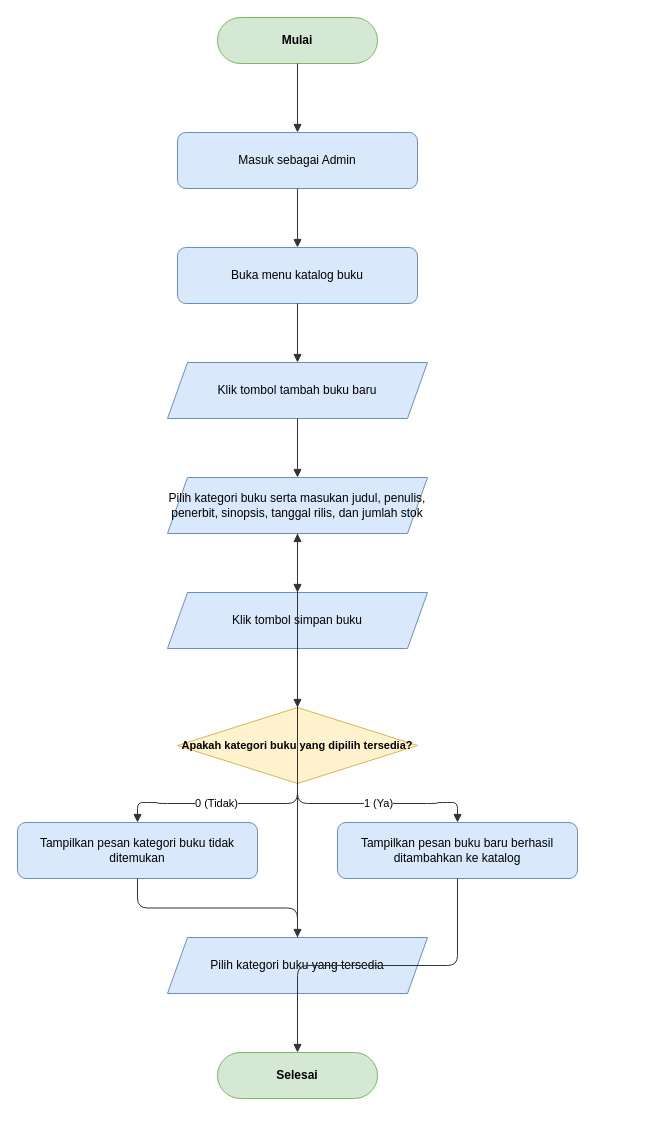
The draw.io diagram page "flowchart-createbook" (3 of 25) of docs/diagrams/flowchart.drawio in dimstyle/ruang-baca, before the edit. Source tidied: cells renumbered, new cells numbered last; positions are measured from the earlier drawing's top-left corner, leaving out a move shared by most shapes. Both pictures are drawn from the tidied source at 100%, with x=0, y=0 at pixel (17, 17).
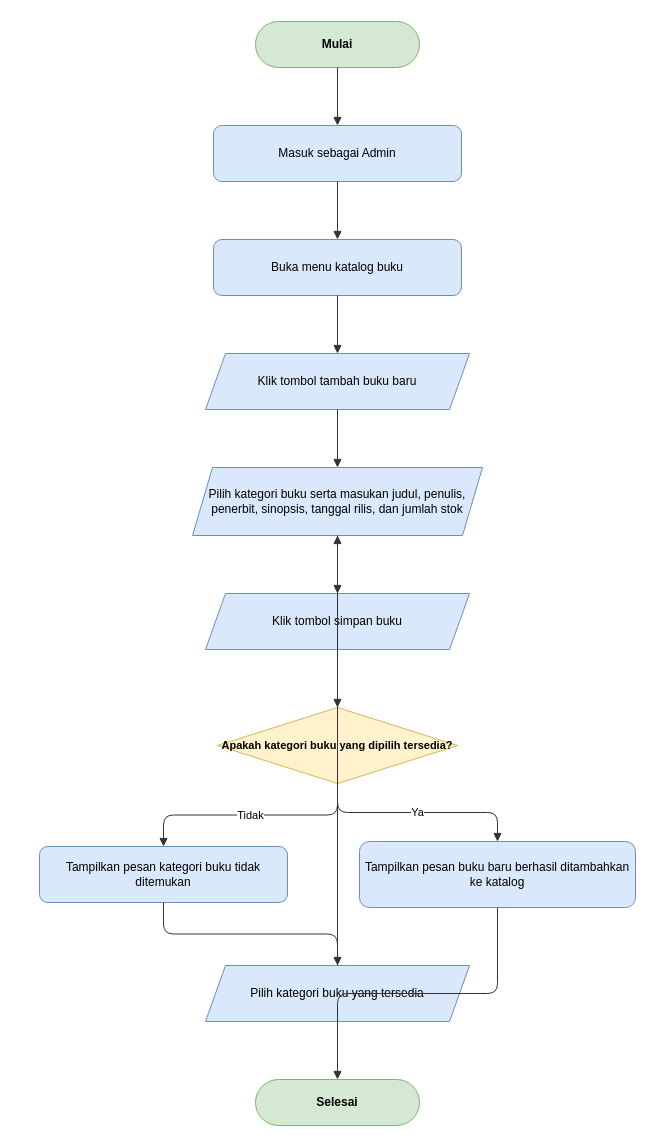
After the change.

Change to the diagram source:
```diff
@@
     <mxCell id="2" value="Mulai" style="rounded=1;whiteSpace=wrap;html=1;arcSize=50;fillColor=#d5e8d4;strokeColor=#82b366;fontStyle=1;fontSize=12;" parent="1" vertex="1">
-      <mxGeometry x="200" width="160" height="46" as="geometry" />
+      <mxGeometry x="238" y="4" width="164" height="46" as="geometry" />
     </mxCell>
     <mxCell id="3" value="Masuk sebagai Admin" style="rounded=1;whiteSpace=wrap;html=1;fillColor=#dae8fc;strokeColor=#6c8ebf;fontSize=12;" parent="1" vertex="1">
-      <mxGeometry x="160" y="115" width="240" height="56" as="geometry" />
+      <mxGeometry x="196" y="108" width="248" height="56" as="geometry" />
     </mxCell>
     <mxCell id="4" value="Buka menu katalog buku" style="rounded=1;whiteSpace=wrap;html=1;fillColor=#dae8fc;strokeColor=#6c8ebf;fontSize=12;" parent="1" vertex="1">
-      <mxGeometry x="160" y="230" width="240" height="56" as="geometry" />
+      <mxGeometry x="196" y="222" width="248" height="56" as="geometry" />
     </mxCell>
     <mxCell id="5" value="Klik tombol tambah buku baru" style="shape=parallelogram;perimeter=parallelogramPerimeter;whiteSpace=wrap;html=1;fixedSize=1;fillColor=#dae8fc;strokeColor=#6c8ebf;fontSize=12;" parent="1" vertex="1">
-      <mxGeometry x="150" y="345" width="260" height="56" as="geometry" />
+      <mxGeometry x="188" y="336" width="264" height="56" as="geometry" />
     </mxCell>
     <mxCell id="6" value="Pilih kategori buku serta masukan judul, penulis, penerbit, sinopsis, tanggal rilis, dan jumlah stok" style="shape=parallelogram;perimeter=parallelogramPerimeter;whiteSpace=wrap;html=1;fixedSize=1;fillColor=#dae8fc;strokeColor=#6c8ebf;fontSize=12;" parent="1" vertex="1">
-      <mxGeometry x="150" y="460" width="260" height="56" as="geometry" />
+      <mxGeometry x="175" y="450" width="290" height="68" as="geometry" />
     </mxCell>
     <mxCell id="7" value="Klik tombol simpan buku" style="shape=parallelogram;perimeter=parallelogramPerimeter;whiteSpace=wrap;html=1;fixedSize=1;fillColor=#dae8fc;strokeColor=#6c8ebf;fontSize=12;" parent="1" vertex="1">
-      <mxGeometry x="150" y="575" width="260" height="56" as="geometry" />
+      <mxGeometry x="188" y="576" width="264" height="56" as="geometry" />
     </mxCell>
     <mxCell id="8" value="Apakah kategori buku yang dipilih tersedia?" style="rhombus;whiteSpace=wrap;html=1;fillColor=#fff2cc;strokeColor=#d6b656;fontStyle=1;fontSize=11;" parent="1" vertex="1">
-      <mxGeometry x="160" y="690" width="240" height="76" as="geometry" />
+      <mxGeometry x="200" y="690" width="240" height="76" as="geometry" />
     </mxCell>
     <mxCell id="9" value="Tampilkan pesan kategori buku tidak ditemukan" style="rounded=1;whiteSpace=wrap;html=1;fillColor=#dae8fc;strokeColor=#6c8ebf;fontSize=12;" parent="1" vertex="1">
-      <mxGeometry y="805" width="240" height="56" as="geometry" />
+      <mxGeometry x="22" y="829" width="248" height="56" as="geometry" />
     </mxCell>
     <mxCell id="10" value="Tampilkan pesan buku baru berhasil ditambahkan ke katalog" style="rounded=1;whiteSpace=wrap;html=1;fillColor=#dae8fc;strokeColor=#6c8ebf;fontSize=12;" parent="1" vertex="1">
-      <mxGeometry x="320" y="805" width="240" height="56" as="geometry" />
+      <mxGeometry x="342" y="824" width="276" height="66" as="geometry" />
     </mxCell>
     <mxCell id="11" value="Pilih kategori buku yang tersedia" style="shape=parallelogram;perimeter=parallelogramPerimeter;whiteSpace=wrap;html=1;fixedSize=1;fillColor=#dae8fc;strokeColor=#6c8ebf;fontSize=12;" parent="1" vertex="1">
-      <mxGeometry x="150" y="920" width="260" height="56" as="geometry" />
+      <mxGeometry x="188" y="948" width="264" height="56" as="geometry" />
     </mxCell>
     <mxCell id="12" value="Selesai" style="rounded=1;whiteSpace=wrap;html=1;arcSize=50;fillColor=#d5e8d4;strokeColor=#82b366;fontStyle=1;fontSize=12;" parent="1" vertex="1">
-      <mxGeometry x="200" y="1035" width="160" height="46" as="geometry" />
+      <mxGeometry x="238" y="1062" width="164" height="46" as="geometry" />
     </mxCell>
@@
-    <mxCell id="19" value="0 (Tidak)" style="edgeStyle=orthogonalEdgeStyle;rounded=1;jettySize=auto;html=1;endArrow=block;endFill=1;strokeColor=#333333;fontSize=11;labelBackgroundColor=#ffffff;" parent="1" edge="1" source="8" target="9">
+    <mxCell id="19" value="Tidak" style="edgeStyle=orthogonalEdgeStyle;rounded=1;jettySize=auto;html=1;endArrow=block;endFill=1;strokeColor=#333333;fontSize=11;labelBackgroundColor=#ffffff;" parent="1" edge="1" source="8" target="9">
       <mxGeometry relative="1" as="geometry" />
     </mxCell>
@@
-    <mxCell id="22" value="1 (Ya)" style="edgeStyle=orthogonalEdgeStyle;rounded=1;jettySize=auto;html=1;endArrow=block;endFill=1;strokeColor=#333333;fontSize=11;labelBackgroundColor=#ffffff;" parent="1" edge="1" source="8" target="10">
+    <mxCell id="22" value="Ya" style="edgeStyle=orthogonalEdgeStyle;rounded=1;jettySize=auto;html=1;endArrow=block;endFill=1;strokeColor=#333333;fontSize=11;labelBackgroundColor=#ffffff;" parent="1" edge="1" source="8" target="10">
       <mxGeometry relative="1" as="geometry" />
     </mxCell>
```
